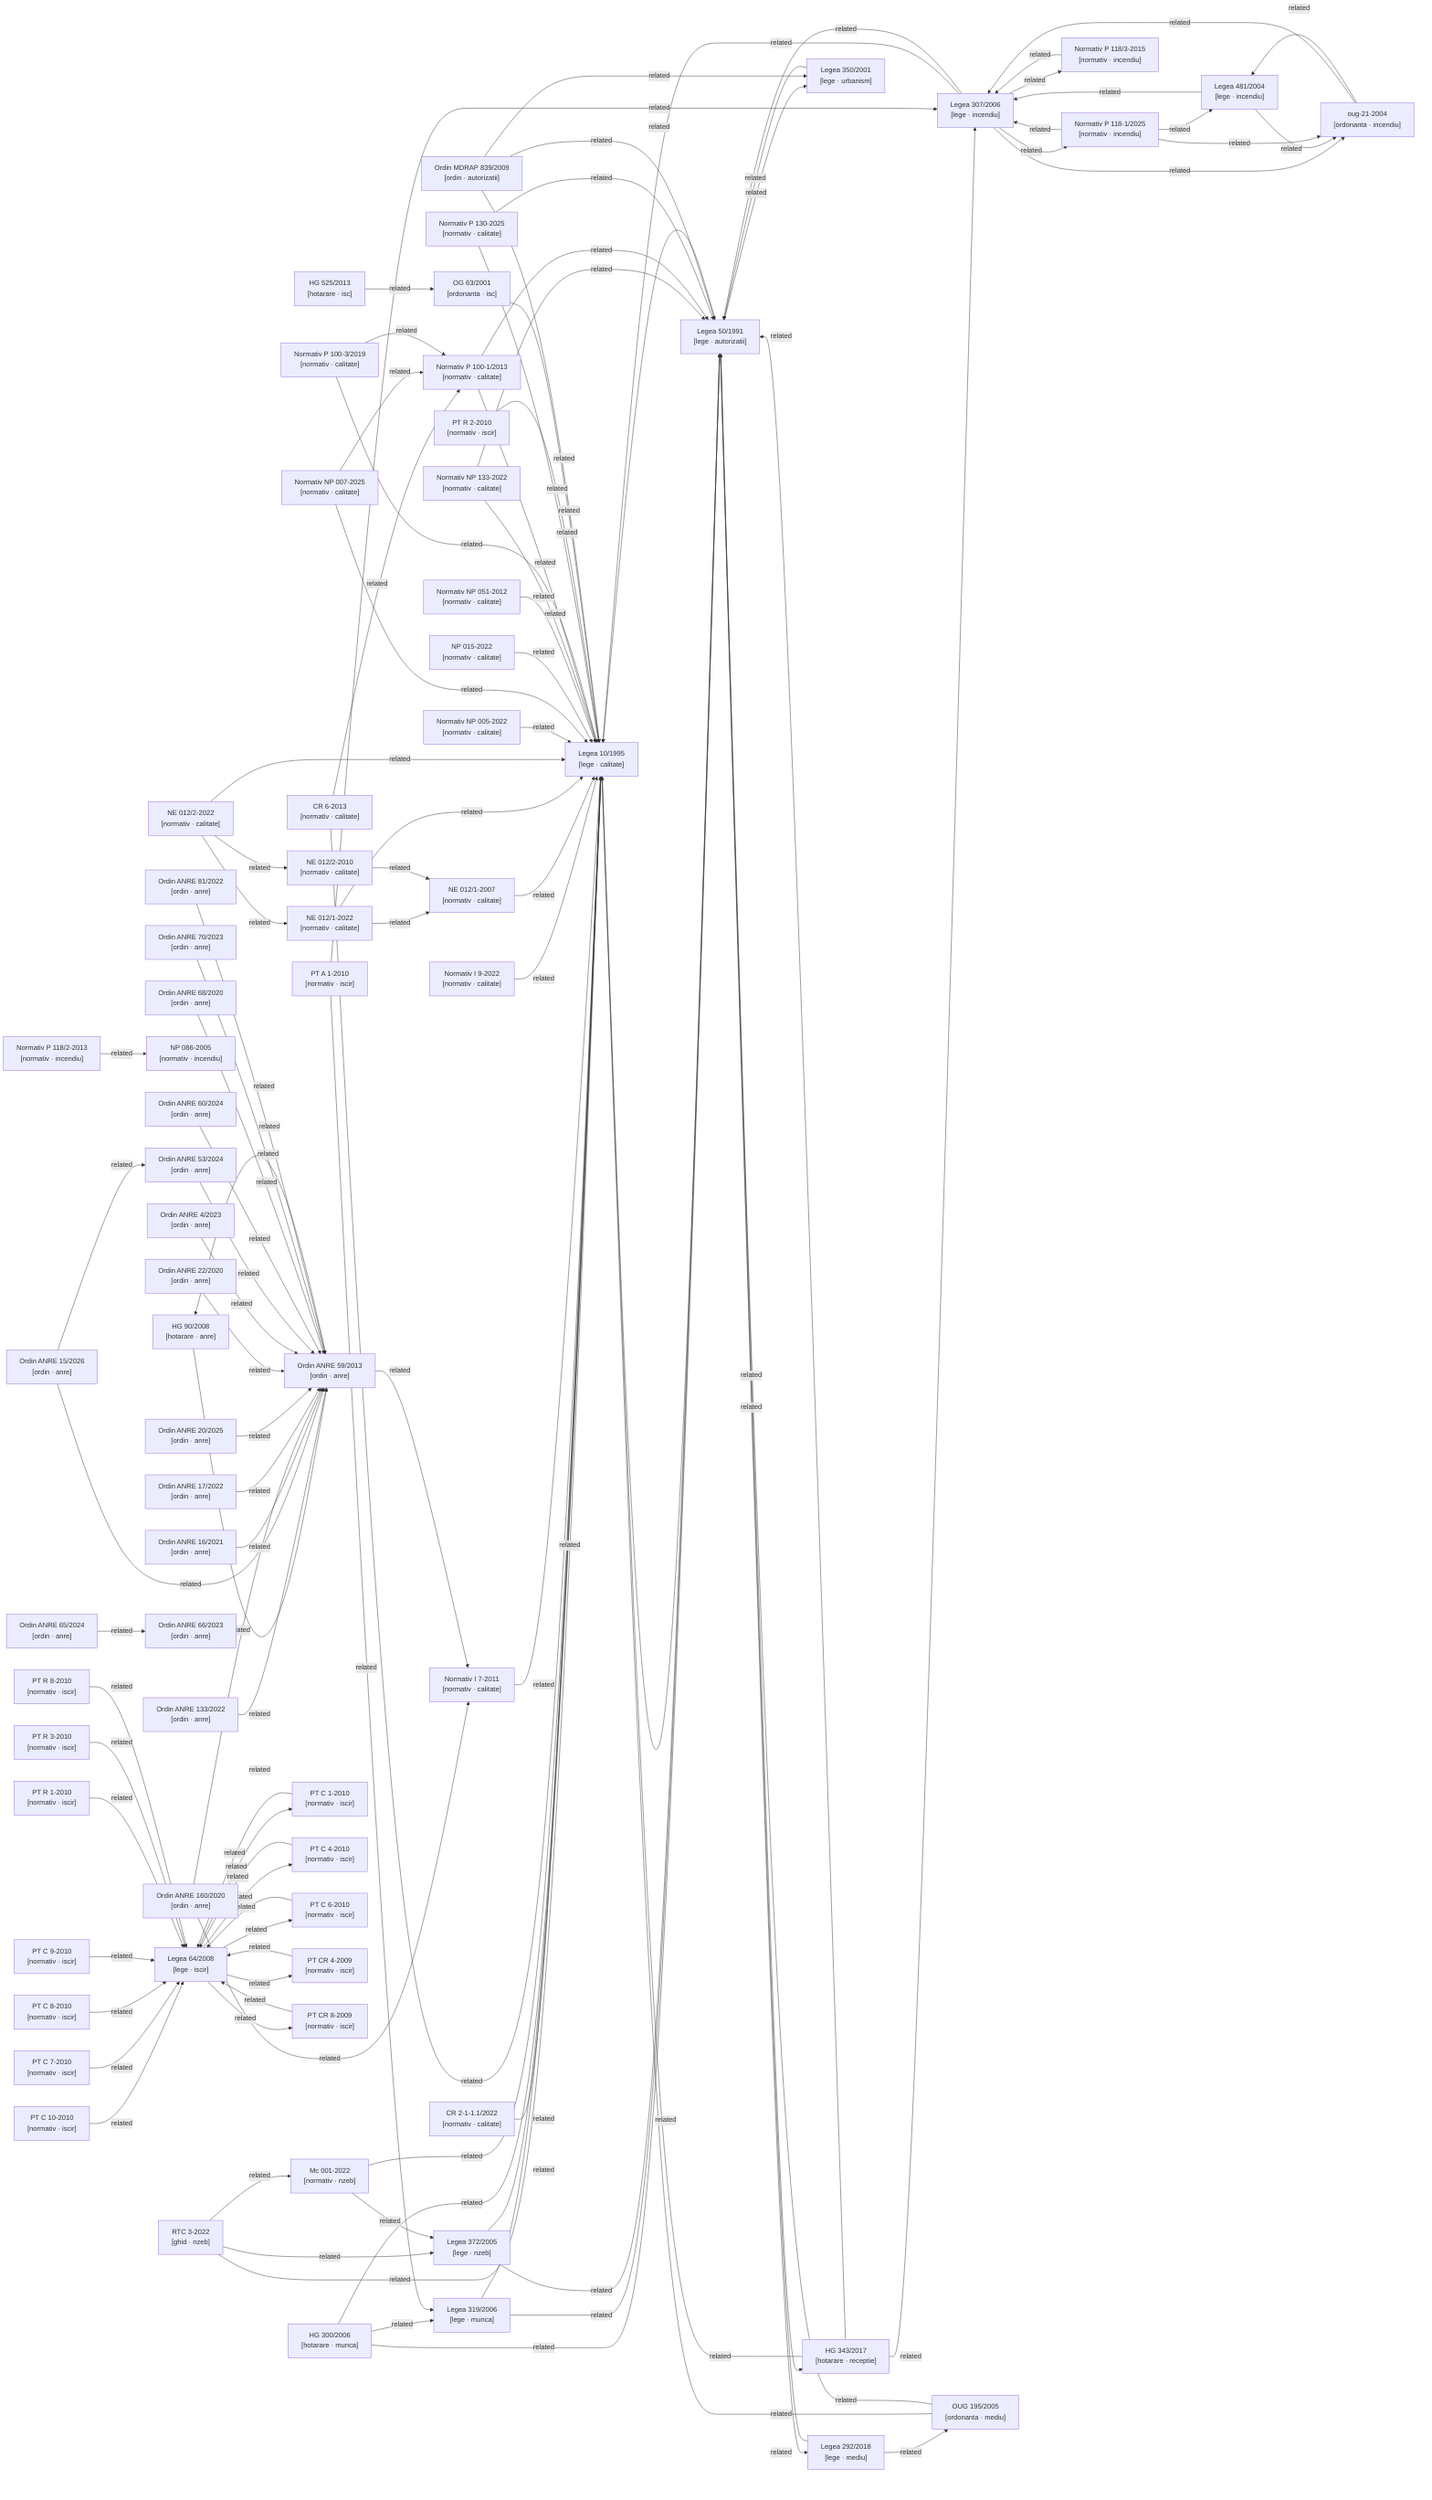
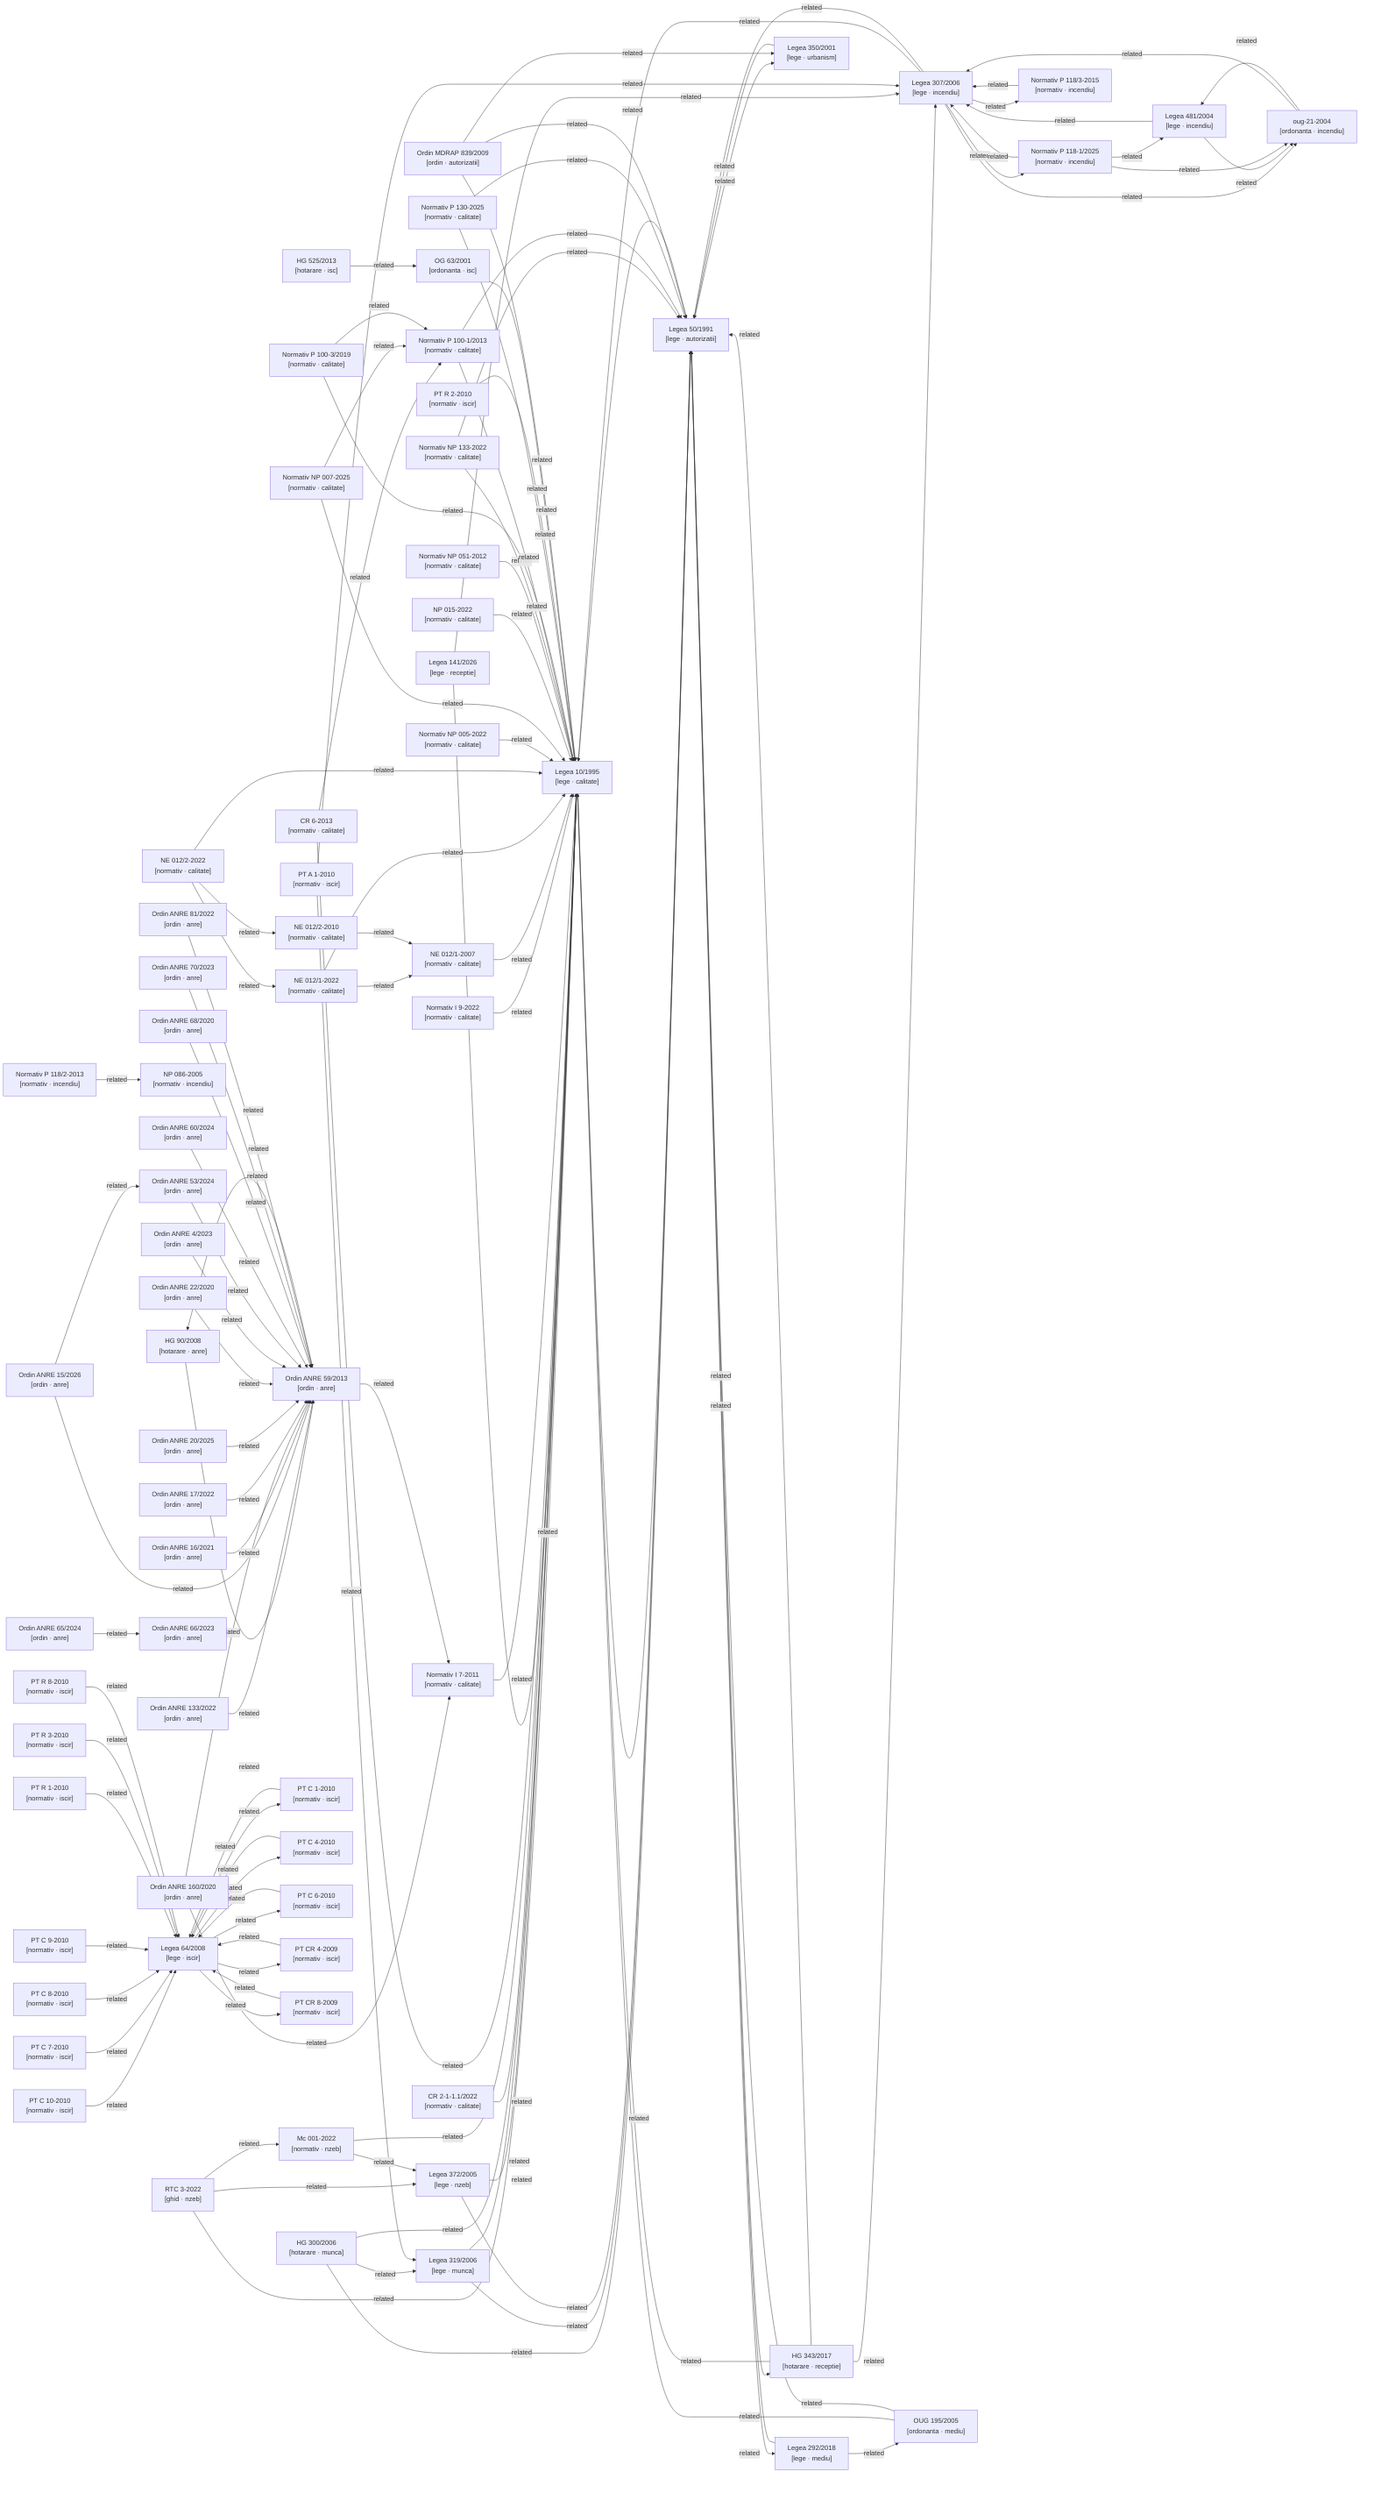
graph LR

  %% Nodes
  ghid-rtc3-2022["RTC 3-2022\n[ghid · nzeb]"]
  hg-300-2006["HG 300/2006\n[hotarare · munca]"]
  hg-343-2017["HG 343/2017\n[hotarare · receptie]"]
  hg-525-2013["HG 525/2013\n[hotarare · isc]"]
  hg-90-2008["HG 90/2008\n[hotarare · anre]"]
  lege-10-1995["Legea 10/1995\n[lege · calitate]"]
+   lege-141-2026["Legea 141/2026\n[lege · receptie]"]
  lege-292-2018["Legea 292/2018\n[lege · mediu]"]
  lege-307-2006["Legea 307/2006\n[lege · incendiu]"]
  lege-319-2006["Legea 319/2006\n[lege · munca]"]
  lege-350-2001["Legea 350/2001\n[lege · urbanism]"]
  lege-372-2005["Legea 372/2005\n[lege · nzeb]"]
  lege-481-2004["Legea 481/2004\n[lege · incendiu]"]
  lege-50-1991["Legea 50/1991\n[lege · autorizatii]"]
  lege-64-2008["Legea 64/2008\n[lege · iscir]"]
  metodologie-mc001-2022["Mc 001-2022\n[normativ · nzeb]"]
  normativ-cr2-1-1-1-2022["CR 2-1-1.1/2022\n[normativ · calitate]"]
  normativ-cr6-2013["CR 6-2013\n[normativ · calitate]"]
  normativ-i7-2011["Normativ I 7-2011\n[normativ · calitate]"]
  normativ-i9-2022["Normativ I 9-2022\n[normativ · calitate]"]
  normativ-ne012-1-2007["NE 012/1-2007\n[normativ · calitate]"]
  normativ-ne012-1-2022["NE 012/1-2022\n[normativ · calitate]"]
  normativ-ne012-2-2010["NE 012/2-2010\n[normativ · calitate]"]
  normativ-ne012-2-2022["NE 012/2-2022\n[normativ · calitate]"]
  normativ-np005-2022["Normativ NP 005-2022\n[normativ · calitate]"]
  normativ-np007-2025["Normativ NP 007-2025\n[normativ · calitate]"]
  normativ-np015-2022["NP 015-2022\n[normativ · calitate]"]
  normativ-np051-2012["Normativ NP 051-2012\n[normativ · calitate]"]
  normativ-np086-2005["NP 086-2005\n[normativ · incendiu]"]
  normativ-np133-2022["Normativ NP 133-2022\n[normativ · calitate]"]
  normativ-p100-1-2013["Normativ P 100-1/2013\n[normativ · calitate]"]
  normativ-p100-3-2019["Normativ P 100-3/2019\n[normativ · calitate]"]
  normativ-p118-1-2025["Normativ P 118-1/2025\n[normativ · incendiu]"]
  normativ-p118-2-2013["Normativ P 118/2-2013\n[normativ · incendiu]"]
  normativ-p118-3-2015["Normativ P 118/3-2015\n[normativ · incendiu]"]
  normativ-p130-2025["Normativ P 130-2025\n[normativ · calitate]"]
  normativ-pt-a1-2010["PT A 1-2010\n[normativ · iscir]"]
  normativ-pt-c1-2010["PT C 1-2010\n[normativ · iscir]"]
  normativ-pt-c10-2010["PT C 10-2010\n[normativ · iscir]"]
  normativ-pt-c4-2010["PT C 4-2010\n[normativ · iscir]"]
  normativ-pt-c6-2010["PT C 6-2010\n[normativ · iscir]"]
  normativ-pt-c7-2010["PT C 7-2010\n[normativ · iscir]"]
  normativ-pt-c8-2010["PT C 8-2010\n[normativ · iscir]"]
  normativ-pt-c9-2010["PT C 9-2010\n[normativ · iscir]"]
  normativ-pt-cr4-2009["PT CR 4-2009\n[normativ · iscir]"]
  normativ-pt-cr8-2009["PT CR 8-2009\n[normativ · iscir]"]
  normativ-pt-r1-2010["PT R 1-2010\n[normativ · iscir]"]
  normativ-pt-r2-2010["PT R 2-2010\n[normativ · iscir]"]
  normativ-pt-r3-2010["PT R 3-2010\n[normativ · iscir]"]
  normativ-pt-r8-2010["PT R 8-2010\n[normativ · iscir]"]
  og-63-2001["OG 63/2001\n[ordonanta · isc]"]
  ordin-839-2009["Ordin MDRAP 839/2009\n[ordin · autorizatii]"]
  ordin-anre-133-2022["Ordin ANRE 133/2022\n[ordin · anre]"]
  ordin-anre-15-2026["Ordin ANRE 15/2026\n[ordin · anre]"]
  ordin-anre-16-2021["Ordin ANRE 16/2021\n[ordin · anre]"]
  ordin-anre-160-2020["Ordin ANRE 160/2020\n[ordin · anre]"]
  ordin-anre-17-2022["Ordin ANRE 17/2022\n[ordin · anre]"]
  ordin-anre-20-2025["Ordin ANRE 20/2025\n[ordin · anre]"]
  ordin-anre-22-2020["Ordin ANRE 22/2020\n[ordin · anre]"]
  ordin-anre-4-2023["Ordin ANRE 4/2023\n[ordin · anre]"]
  ordin-anre-53-2024["Ordin ANRE 53/2024\n[ordin · anre]"]
  ordin-anre-59-2013["Ordin ANRE 59/2013\n[ordin · anre]"]
  ordin-anre-60-2024["Ordin ANRE 60/2024\n[ordin · anre]"]
  ordin-anre-65-2024["Ordin ANRE 65/2024\n[ordin · anre]"]
  ordin-anre-66-2023["Ordin ANRE 66/2023\n[ordin · anre]"]
  ordin-anre-68-2020["Ordin ANRE 68/2020\n[ordin · anre]"]
  ordin-anre-70-2023["Ordin ANRE 70/2023\n[ordin · anre]"]
  ordin-anre-81-2022["Ordin ANRE 81/2022\n[ordin · anre]"]
  oug-195-2005["OUG 195/2005\n[ordonanta · mediu]"]
  oug-21-2004["oug-21-2004\n[ordonanta · incendiu]"]

  %% Confirmed relationships (from metadata related_acts)
  ghid-rtc3-2022 -->|related| lege-10-1995
  ghid-rtc3-2022 -->|related| lege-372-2005
  ghid-rtc3-2022 -->|related| metodologie-mc001-2022
  hg-300-2006 -->|related| lege-10-1995
  hg-300-2006 -->|related| lege-319-2006
  hg-300-2006 -->|related| lege-50-1991
  hg-343-2017 -->|related| lege-10-1995
  hg-343-2017 -->|related| lege-307-2006
  hg-343-2017 -->|related| lege-50-1991
  hg-525-2013 -->|related| og-63-2001
  hg-90-2008 -->|related| ordin-anre-59-2013
  lege-10-1995 -->|related| lege-50-1991
+   lege-141-2026 -->|related| lege-10-1995
+   lege-141-2026 -->|related| lege-307-2006
  lege-292-2018 -->|related| lege-50-1991
  lege-292-2018 -->|related| oug-195-2005
  lege-307-2006 -->|related| lege-10-1995
  lege-307-2006 -->|related| lege-50-1991
  lege-307-2006 -->|related| normativ-p118-1-2025
  lege-307-2006 -->|related| normativ-p118-3-2015
  lege-307-2006 -->|related| oug-21-2004
  lege-319-2006 -->|related| lege-10-1995
  lege-319-2006 -->|related| lege-50-1991
  lege-350-2001 -->|related| lege-50-1991
  lege-372-2005 -->|related| lege-10-1995
  lege-372-2005 -->|related| lege-50-1991
  lege-481-2004 -->|related| lege-307-2006
  lege-481-2004 -->|related| oug-21-2004
  lege-50-1991 -->|related| hg-343-2017
  lege-50-1991 -->|related| lege-10-1995
  lege-50-1991 -->|related| lege-292-2018
  lege-50-1991 -->|related| lege-350-2001
  lege-64-2008 -->|related| normativ-pt-c1-2010
  lege-64-2008 -->|related| normativ-pt-c4-2010
  lege-64-2008 -->|related| normativ-pt-c6-2010
  lege-64-2008 -->|related| normativ-pt-cr4-2009
  lege-64-2008 -->|related| normativ-pt-cr8-2009
  metodologie-mc001-2022 -->|related| lege-10-1995
  metodologie-mc001-2022 -->|related| lege-372-2005
  normativ-cr2-1-1-1-2022 -->|related| lege-10-1995
  normativ-cr6-2013 -->|related| lege-10-1995
  normativ-cr6-2013 -->|related| normativ-p100-1-2013
  normativ-i7-2011 -->|related| lege-10-1995
  normativ-i9-2022 -->|related| lege-10-1995
  normativ-ne012-1-2007 -->|related| lege-10-1995
  normativ-ne012-1-2022 -->|related| lege-10-1995
  normativ-ne012-1-2022 -->|related| normativ-ne012-1-2007
  normativ-ne012-2-2010 -->|related| normativ-ne012-1-2007
  normativ-ne012-2-2022 -->|related| lege-10-1995
  normativ-ne012-2-2022 -->|related| normativ-ne012-1-2022
  normativ-ne012-2-2022 -->|related| normativ-ne012-2-2010
  normativ-np005-2022 -->|related| lege-10-1995
  normativ-np007-2025 -->|related| lege-10-1995
  normativ-np007-2025 -->|related| normativ-p100-1-2013
  normativ-np015-2022 -->|related| lege-10-1995
  normativ-np051-2012 -->|related| lege-10-1995
  normativ-np133-2022 -->|related| lege-10-1995
  normativ-np133-2022 -->|related| lege-50-1991
  normativ-p100-1-2013 -->|related| lege-10-1995
  normativ-p100-1-2013 -->|related| lege-50-1991
  normativ-p100-3-2019 -->|related| lege-10-1995
  normativ-p100-3-2019 -->|related| normativ-p100-1-2013
  normativ-p118-1-2025 -->|related| lege-307-2006
  normativ-p118-1-2025 -->|related| lege-481-2004
  normativ-p118-1-2025 -->|related| oug-21-2004
  normativ-p118-2-2013 -->|related| normativ-np086-2005
  normativ-p118-3-2015 -->|related| lege-307-2006
  normativ-p130-2025 -->|related| lege-10-1995
  normativ-p130-2025 -->|related| lege-50-1991
  normativ-pt-a1-2010 -->|related| lege-307-2006
  normativ-pt-a1-2010 -->|related| lege-319-2006
  normativ-pt-c1-2010 -->|related| lege-64-2008
  normativ-pt-c10-2010 -->|related| lege-64-2008
  normativ-pt-c4-2010 -->|related| lege-64-2008
  normativ-pt-c6-2010 -->|related| lege-64-2008
  normativ-pt-c7-2010 -->|related| lege-64-2008
  normativ-pt-c8-2010 -->|related| lege-64-2008
  normativ-pt-c9-2010 -->|related| lege-64-2008
  normativ-pt-cr4-2009 -->|related| lege-64-2008
  normativ-pt-cr8-2009 -->|related| lege-64-2008
  normativ-pt-r1-2010 -->|related| lege-64-2008
  normativ-pt-r2-2010 -->|related| lege-10-1995
  normativ-pt-r3-2010 -->|related| lege-64-2008
  normativ-pt-r8-2010 -->|related| lege-64-2008
  og-63-2001 -->|related| lege-10-1995
  ordin-839-2009 -->|related| lege-10-1995
  ordin-839-2009 -->|related| lege-350-2001
  ordin-839-2009 -->|related| lege-50-1991
  ordin-anre-133-2022 -->|related| ordin-anre-59-2013
  ordin-anre-15-2026 -->|related| ordin-anre-53-2024
  ordin-anre-15-2026 -->|related| ordin-anre-59-2013
  ordin-anre-16-2021 -->|related| ordin-anre-59-2013
  ordin-anre-160-2020 -->|related| normativ-i7-2011
  ordin-anre-160-2020 -->|related| ordin-anre-59-2013
  ordin-anre-17-2022 -->|related| ordin-anre-59-2013
  ordin-anre-20-2025 -->|related| ordin-anre-59-2013
  ordin-anre-22-2020 -->|related| ordin-anre-59-2013
  ordin-anre-4-2023 -->|related| ordin-anre-59-2013
  ordin-anre-53-2024 -->|related| ordin-anre-59-2013
  ordin-anre-59-2013 -->|related| hg-90-2008
  ordin-anre-59-2013 -->|related| normativ-i7-2011
  ordin-anre-60-2024 -->|related| ordin-anre-59-2013
  ordin-anre-65-2024 -->|related| ordin-anre-66-2023
  ordin-anre-68-2020 -->|related| ordin-anre-59-2013
  ordin-anre-70-2023 -->|related| ordin-anre-59-2013
  ordin-anre-81-2022 -->|related| ordin-anre-59-2013
  oug-195-2005 -->|related| lege-10-1995
  oug-195-2005 -->|related| lege-50-1991
  oug-21-2004 -->|related| lege-307-2006
  oug-21-2004 -->|related| lege-481-2004

  %% Auto-detected relationships (needs_review)
